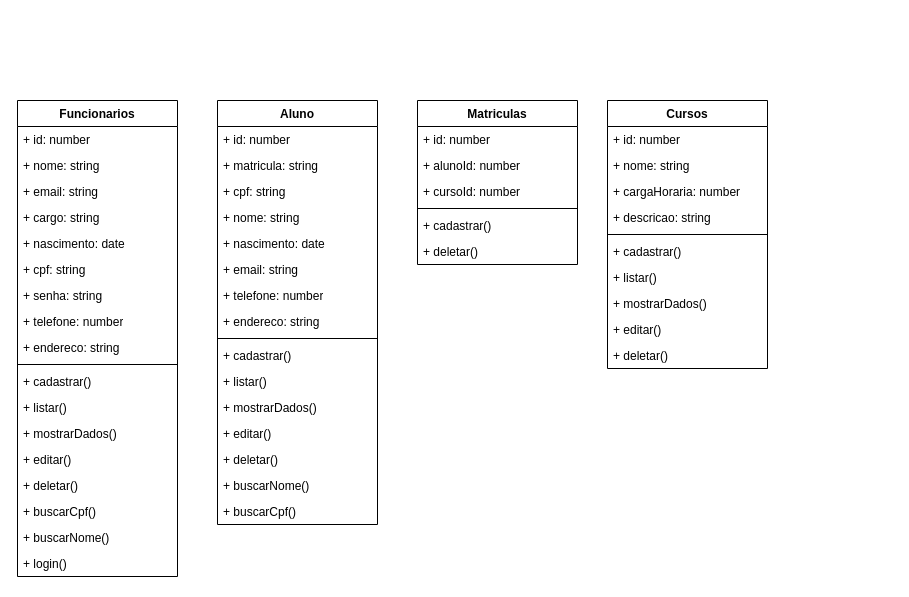
Before: diagramas/classes.drawio in Marco-Veio/sistema-de-gestao-escolar-modelagem, a draw.io diagram. Source tidied: cells renumbered, new cells numbered last; positions are measured from the earlier drawing's top-left corner, leaving out a move shared by most shapes. Both pictures are drawn from the tidied source at 100%, with x=0, y=0 at pixel (17, 100).
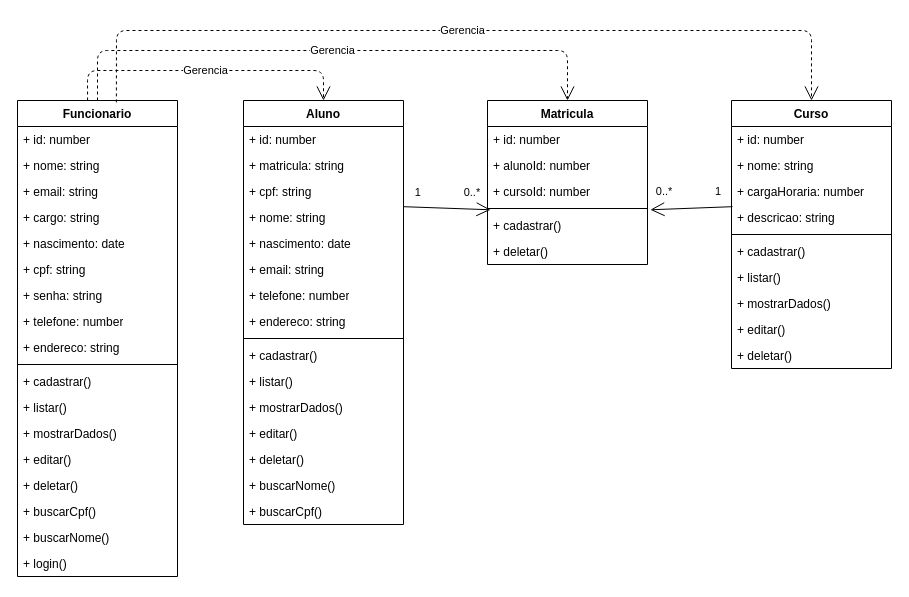
Above is the later version.

Commit message (it also covers changes not shown here):
terminando diagrama de classes, atualizando diagrama de casos de uso

Unchanged cells that the change refers to:
```xml
<mxCell id="6" value="+ nome: string" style="text;strokeColor=none;fillColor=none;align=left;verticalAlign=top;spacingLeft=4;spacingRight=4;overflow=hidden;points=[[0,0.5],[1,0.5]];portConstraint=eastwest;whiteSpace=wrap;html=1;" parent="2" vertex="1">
  <mxGeometry y="104" width="160" height="26" as="geometry" />
</mxCell>
<mxCell id="42" value="+ descricao: string" style="text;strokeColor=none;fillColor=none;align=left;verticalAlign=top;spacingLeft=4;spacingRight=4;overflow=hidden;points=[[0,0.5],[1,0.5]];portConstraint=eastwest;whiteSpace=wrap;html=1;" parent="38" vertex="1">
  <mxGeometry y="104" width="160" height="26" as="geometry" />
</mxCell>
<mxCell id="54" value="+ cadastrar()" style="text;strokeColor=none;fillColor=none;align=left;verticalAlign=top;spacingLeft=4;spacingRight=4;overflow=hidden;points=[[0,0.5],[1,0.5]];portConstraint=eastwest;whiteSpace=wrap;html=1;" parent="49" vertex="1">
  <mxGeometry y="112" width="160" height="26" as="geometry" />
</mxCell>
```

Change to the diagram source:
```diff
@@
     <mxCell id="2" value="Aluno" style="swimlane;fontStyle=1;align=center;verticalAlign=top;horizontal=1;startSize=26;whiteSpace=wrap;html=1;" parent="1" vertex="1">
-      <mxGeometry x="200" width="160" height="424" as="geometry" />
+      <mxGeometry x="226" width="160" height="424" as="geometry" />
     </mxCell>
@@
-    <mxCell id="19" value="Funcionarios" style="swimlane;fontStyle=1;align=center;verticalAlign=top;horizontal=1;startSize=26;whiteSpace=wrap;html=1;" parent="1" vertex="1">
+    <mxCell id="19" value="Funcionario" style="swimlane;fontStyle=1;align=center;verticalAlign=top;horizontal=1;startSize=26;whiteSpace=wrap;html=1;" parent="1" vertex="1">
       <mxGeometry width="160" height="476" as="geometry" />
     </mxCell>
@@
-    <mxCell id="38" value="Cursos" style="swimlane;fontStyle=1;align=center;verticalAlign=top;horizontal=1;startSize=26;whiteSpace=wrap;html=1;" parent="1" vertex="1">
-      <mxGeometry x="590" width="160" height="268" as="geometry" />
+    <mxCell id="38" value="Curso" style="swimlane;fontStyle=1;align=center;verticalAlign=top;horizontal=1;startSize=26;whiteSpace=wrap;html=1;" parent="1" vertex="1">
+      <mxGeometry x="714" width="160" height="268" as="geometry" />
     </mxCell>
@@
-    <mxCell id="49" value="Matriculas" style="swimlane;fontStyle=1;align=center;verticalAlign=top;horizontal=1;startSize=26;whiteSpace=wrap;html=1;" parent="1" vertex="1">
-      <mxGeometry x="400" width="160" height="164" as="geometry" />
+    <mxCell id="49" value="Matricula" style="swimlane;fontStyle=1;align=center;verticalAlign=top;horizontal=1;startSize=26;whiteSpace=wrap;html=1;" parent="1" vertex="1">
+      <mxGeometry x="470" width="160" height="164" as="geometry" />
     </mxCell>
@@
+    <mxCell id="56" style="endArrow=open;endFill=1;endSize=12;html=1;entryX=0.019;entryY=-0.105;entryDx=0;entryDy=0;exitX=0.998;exitY=0.084;exitDx=0;exitDy=0;exitPerimeter=0;entryPerimeter=0;" parent="1" edge="1" source="6" target="54">
+      <mxGeometry relative="1" as="geometry" />
+    </mxCell>
+    <mxCell id="57" value="1&amp;nbsp; &amp;nbsp; &amp;nbsp; &amp;nbsp; &amp;nbsp; &amp;nbsp; &amp;nbsp; 0..*" style="edgeLabel;html=1;align=center;verticalAlign=middle;" parent="56" vertex="1">
+      <mxGeometry x="-0.32" y="-1" relative="1" as="geometry">
+        <mxPoint x="14" y="-17" as="offset" />
+      </mxGeometry>
+    </mxCell>
+    <mxCell id="58" style="endArrow=open;endFill=1;endSize=12;html=1;exitX=0.006;exitY=0.084;exitDx=0;exitDy=0;entryX=1.018;entryY=-0.105;entryDx=0;entryDy=0;entryPerimeter=0;exitPerimeter=0;" parent="1" edge="1" source="42" target="54">
+      <mxGeometry relative="1" as="geometry" />
+    </mxCell>
+    <mxCell id="59" value="Gerencia" style="endArrow=open;endSize=12;dashed=1;html=1;exitX=0.438;exitY=0;exitDx=0;exitDy=0;exitPerimeter=0;entryX=0.5;entryY=0;entryDx=0;entryDy=0;" parent="1" edge="1" source="19" target="2">
+      <mxGeometry relative="1" as="geometry">
+        <Array as="points">
+          <mxPoint x="70" y="-30" />
+          <mxPoint x="306" y="-30" />
+        </Array>
+      </mxGeometry>
+    </mxCell>
+    <mxCell id="60" value="Gerencia" style="endArrow=open;endSize=12;dashed=1;html=1;exitX=0.5;exitY=0;exitDx=0;exitDy=0;entryX=0.5;entryY=0;entryDx=0;entryDy=0;" parent="1" edge="1" source="19" target="49">
+      <mxGeometry relative="1" as="geometry">
+        <Array as="points">
+          <mxPoint x="80" y="-50" />
+          <mxPoint x="550" y="-50" />
+        </Array>
+      </mxGeometry>
+    </mxCell>
+    <mxCell id="61" value="Gerencia" style="endArrow=open;endSize=12;dashed=1;html=1;exitX=0.618;exitY=0.004;exitDx=0;exitDy=0;exitPerimeter=0;entryX=0.5;entryY=0;entryDx=0;entryDy=0;" parent="1" edge="1" source="19" target="38">
+      <mxGeometry relative="1" as="geometry">
+        <Array as="points">
+          <mxPoint x="99" y="-70" />
+          <mxPoint x="794" y="-70" />
+        </Array>
+      </mxGeometry>
+    </mxCell>
+    <mxCell id="62" value="0..*&amp;nbsp; &amp;nbsp; &amp;nbsp; &amp;nbsp; &amp;nbsp; &amp;nbsp; &amp;nbsp; 1" style="edgeLabel;html=1;align=center;verticalAlign=middle;" parent="1" vertex="1">
+      <mxGeometry x="670" y="90" as="geometry" />
+    </mxCell>
```
